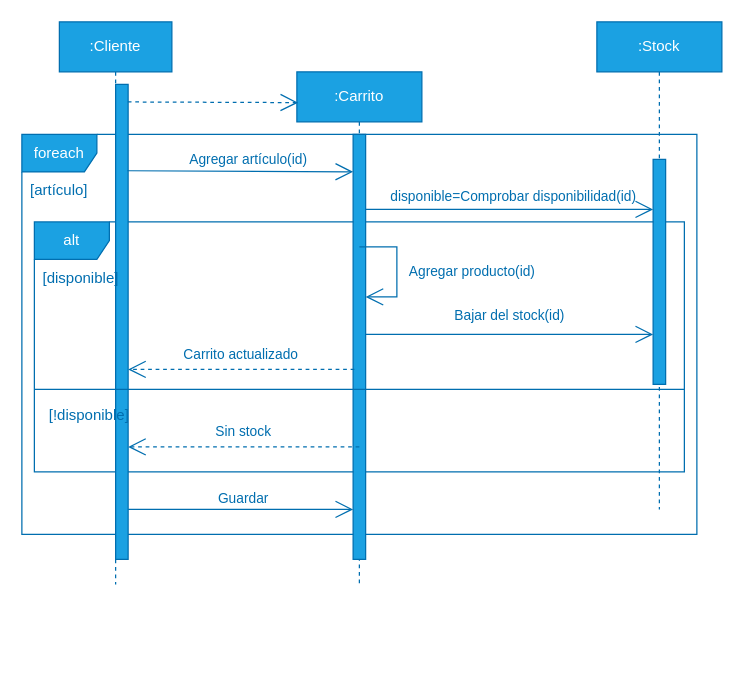
ucudal/ANDIS_Conceptos keeps this draw.io diagram as diagrams/Sequence_Diagram_Loop_Alt.drawio. Above is the earlier version. Source tidied: cells renumbered, new cells numbered last; positions are measured from the earlier drawing's top-left corner, leaving out a move shared by most shapes. Both pictures are drawn from the tidied source at 125%, with x=0, y=0 at pixel (21, 21).
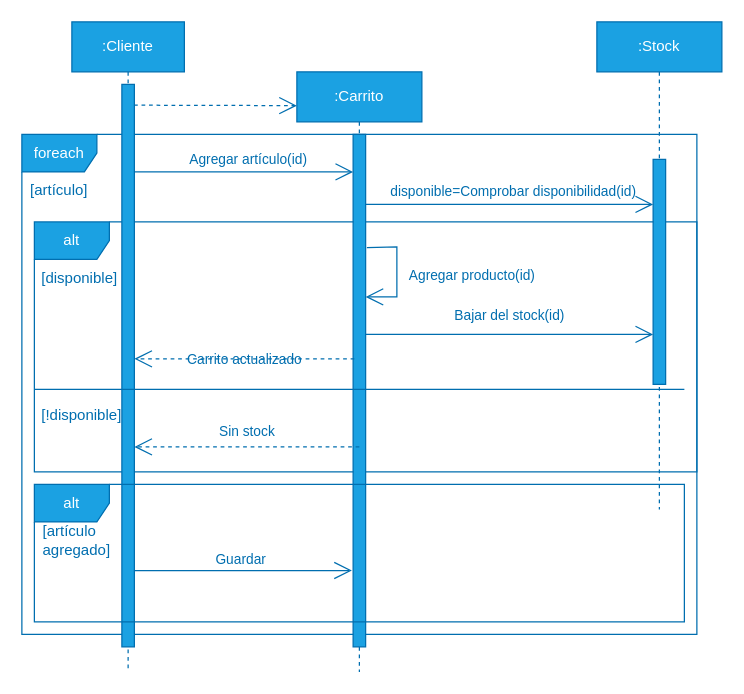
Above is the later version.

Commit message (it also covers changes not shown here):
[FIX] Missed alt in sequence diagram

Unchanged cells that the change refers to:
```xml
<mxCell id="14" style="html=1;points=[];perimeter=orthogonalPerimeter;fillColor=#1ba1e2;fontColor=#ffffff;strokeColor=#006EAF;" parent="13" vertex="1">
  <mxGeometry x="45" y="110" width="10" height="180" as="geometry" />
</mxCell>
```

Diff of the diagram source:
```diff
@@
     <mxCell id="2" value="foreach" style="shape=umlFrame;whiteSpace=wrap;html=1;fillColor=#1ba1e2;fontColor=#ffffff;strokeColor=#006EAF;" parent="1" vertex="1">
-      <mxGeometry y="90" width="540" height="320" as="geometry" />
+      <mxGeometry y="90" width="540" height="400" as="geometry" />
     </mxCell>
     <mxCell id="3" value=":Cliente" style="shape=umlLifeline;perimeter=lifelinePerimeter;whiteSpace=wrap;html=1;fillColor=#1ba1e2;fontColor=#ffffff;strokeColor=#006EAF;" parent="1" vertex="1">
-      <mxGeometry x="30" width="90" height="450" as="geometry" />
+      <mxGeometry x="40" width="90" height="520" as="geometry" />
     </mxCell>
     <mxCell id="4" value="alt" style="shape=umlFrame;whiteSpace=wrap;html=1;fillColor=#1ba1e2;fontColor=#ffffff;strokeColor=#006EAF;" parent="3" vertex="1">
-      <mxGeometry x="-20" y="160" width="520" height="200" as="geometry" />
+      <mxGeometry x="-30" y="160" width="530" height="200" as="geometry" />
     </mxCell>
     <mxCell id="5" style="html=1;points=[];perimeter=orthogonalPerimeter;fillColor=#1ba1e2;fontColor=#ffffff;strokeColor=#006EAF;" parent="3" vertex="1">
-      <mxGeometry x="45" y="50" width="10" height="380" as="geometry" />
+      <mxGeometry x="40" y="50" width="10" height="450" as="geometry" />
     </mxCell>
     <mxCell id="6" value="[disponible]" style="text;html=1;strokeColor=none;fillColor=none;align=left;verticalAlign=middle;whiteSpace=wrap;rounded=0;fontColor=#006EAF;labelBackgroundColor=none;" parent="3" vertex="1">
-      <mxGeometry x="-15" y="190" width="60" height="30" as="geometry" />
+      <mxGeometry x="-26" y="190" width="60" height="30" as="geometry" />
     </mxCell>
     <mxCell id="7" value="[!disponible]" style="text;html=1;strokeColor=none;fillColor=none;align=left;verticalAlign=middle;whiteSpace=wrap;rounded=0;fontColor=#006EAF;labelBackgroundColor=none;" parent="3" vertex="1">
-      <mxGeometry x="-10" y="300" width="50" height="30" as="geometry" />
+      <mxGeometry x="-26" y="300" width="50" height="30" as="geometry" />
     </mxCell>
     <mxCell id="8" value=":Carrito" style="shape=umlLifeline;perimeter=lifelinePerimeter;whiteSpace=wrap;html=1;outlineConnect=0;fillColor=#1ba1e2;fontColor=#ffffff;strokeColor=#006EAF;" parent="1" vertex="1">
-      <mxGeometry x="220" y="40" width="100" height="410" as="geometry" />
+      <mxGeometry x="220" y="40" width="100" height="480" as="geometry" />
     </mxCell>
     <mxCell id="9" style="html=1;points=[];perimeter=orthogonalPerimeter;fillColor=#1ba1e2;fontColor=#ffffff;strokeColor=#006EAF;" parent="8" vertex="1">
-      <mxGeometry x="45" y="50" width="10" height="340" as="geometry" />
+      <mxGeometry x="45" y="50" width="10" height="410" as="geometry" />
     </mxCell>
     <mxCell id="10" value="Agregar artículo(id)" style="endArrow=open;endFill=1;endSize=12;html=1;startArrow=none;fillColor=#1ba1e2;strokeColor=#006EAF;fontColor=#006EAF;labelBackgroundColor=none;" parent="8" edge="1" source="9" target="8">
-      <mxGeometry y="175" relative="1" as="geometry">
-        <mxPoint x="-89" y="-150" as="offset" />
+      <mxGeometry y="206" relative="1" as="geometry">
+        <mxPoint x="-89" y="-185" as="offset" />
       </mxGeometry>
     </mxCell>
-    <mxCell id="11" value="Agregar producto(id)" style="endArrow=open;endFill=1;endSize=12;html=1;rounded=0;fillColor=#1ba1e2;strokeColor=#006EAF;fontColor=#006EAF;labelBackgroundColor=none;" parent="8" edge="1" target="9">
+    <mxCell id="11" value="Agregar producto(id)" style="endArrow=open;endFill=1;endSize=12;html=1;rounded=0;fillColor=#1ba1e2;strokeColor=#006EAF;fontColor=#006EAF;labelBackgroundColor=none;exitX=1.1;exitY=0.221;exitDx=0;exitDy=0;exitPerimeter=0;" parent="8" edge="1" source="9" target="9">
       <mxGeometry x="0.05" y="60" relative="1" as="geometry">
-        <mxPoint x="50" y="140" as="sourcePoint" />
         <Array as="points">
           <mxPoint x="80" y="140" />
           <mxPoint x="80" y="160" />
           <mxPoint x="80" y="180" />
         </Array>
       </mxGeometry>
     </mxCell>
@@
-    <mxCell id="15" style="endArrow=open;endFill=1;endSize=12;html=1;entryX=0.01;entryY=0.06;entryDx=0;entryDy=0;entryPerimeter=0;exitX=0.972;exitY=0.037;exitDx=0;exitDy=0;exitPerimeter=0;fillColor=#1ba1e2;strokeColor=#006EAF;dashed=1;" parent="1" edge="1" source="5" target="8">
-      <mxGeometry relative="1" as="geometry" />
+    <mxCell id="15" style="endArrow=open;endFill=1;endSize=12;html=1;exitX=0.972;exitY=0.037;exitDx=0;exitDy=0;exitPerimeter=0;fillColor=#1ba1e2;strokeColor=#006EAF;dashed=1;" parent="1" edge="1" source="5">
+      <mxGeometry relative="1" as="geometry">
+        <mxPoint x="220" y="67" as="targetPoint" />
+      </mxGeometry>
     </mxCell>
-    <mxCell id="16" value="disponible=Comprobar disponibilidad(id)" style="endArrow=open;endFill=1;endSize=12;html=1;fillColor=#1ba1e2;strokeColor=#006EAF;fontColor=#006EAF;labelBackgroundColor=none;" parent="1" edge="1" source="9" target="14">
+    <mxCell id="16" value="disponible=Comprobar disponibilidad(id)" style="endArrow=open;endFill=1;endSize=12;html=1;fillColor=#1ba1e2;strokeColor=#006EAF;fontColor=#006EAF;labelBackgroundColor=none;" parent="1" edge="1">
       <mxGeometry x="0.03" y="10" relative="1" as="geometry">
+        <mxPoint x="275" y="146" as="sourcePoint" />
+        <mxPoint x="505" y="146" as="targetPoint" />
         <Array as="points">
-          <mxPoint x="300" y="150" />
+          <mxPoint x="300" y="146" />
         </Array>
       </mxGeometry>
     </mxCell>
-    <mxCell id="17" style="endArrow=open;endFill=0;endSize=12;html=1;exitX=0.947;exitY=0.352;exitDx=0;exitDy=0;exitPerimeter=0;startArrow=none;startFill=0;fillColor=#1ba1e2;strokeColor=#006EAF;fontColor=#006EAF;labelBackgroundColor=none;" parent="1" edge="1">
+    <mxCell id="17" style="endArrow=open;endFill=0;endSize=12;html=1;startArrow=none;startFill=0;fillColor=#1ba1e2;strokeColor=#006EAF;fontColor=#006EAF;labelBackgroundColor=none;" parent="1" edge="1">
       <mxGeometry relative="1" as="geometry">
-        <mxPoint x="84.5" y="119.1" as="sourcePoint" />
+        <mxPoint x="90" y="120" as="sourcePoint" />
         <mxPoint x="265" y="120" as="targetPoint" />
       </mxGeometry>
     </mxCell>
-    <mxCell id="18" value="Carrito actualizado" style="endArrow=open;endSize=12;dashed=1;html=1;exitX=0.1;exitY=0.553;exitDx=0;exitDy=0;exitPerimeter=0;fillColor=#1ba1e2;strokeColor=#006EAF;fontColor=#006EAF;labelBackgroundColor=none;" parent="1" edge="1" source="9" target="5">
-      <mxGeometry y="-12" relative="1" as="geometry" />
+    <mxCell id="18" value="Carrito actualizado" style="endArrow=open;endSize=12;dashed=1;html=1;exitX=0.1;exitY=0.438;exitDx=0;exitDy=0;exitPerimeter=0;fillColor=#1ba1e2;strokeColor=#006EAF;fontColor=#006EAF;labelBackgroundColor=none;" parent="1" edge="1" source="9" target="5">
+      <mxGeometry relative="1" as="geometry" />
     </mxCell>
-    <mxCell id="19" value="Guardar" style="endArrow=open;endFill=0;endSize=12;html=1;startArrow=none;startFill=0;fillColor=#1ba1e2;strokeColor=#006EAF;fontColor=#006EAF;labelBackgroundColor=none;" parent="1" edge="1" source="5" target="9">
-      <mxGeometry x="0.02" y="9" relative="1" as="geometry">
-        <Array as="points">
-          <mxPoint x="110" y="390" />
-          <mxPoint x="200" y="390" />
-        </Array>
-      </mxGeometry>
+    <mxCell id="19" value="Guardar" style="endArrow=open;endFill=0;endSize=12;html=1;startArrow=none;startFill=0;fillColor=#1ba1e2;strokeColor=#006EAF;fontColor=#006EAF;labelBackgroundColor=none;entryX=-0.1;entryY=0.851;entryDx=0;entryDy=0;entryPerimeter=0;" parent="1" edge="1" source="5" target="9">
+      <mxGeometry x="-0.02" y="9" relative="1" as="geometry" />
     </mxCell>
@@
+    <mxCell id="23" value="alt" style="shape=umlFrame;whiteSpace=wrap;html=1;fillColor=#1ba1e2;fontColor=#ffffff;strokeColor=#006EAF;" parent="1" vertex="1">
+      <mxGeometry x="10" y="370" width="520" height="110" as="geometry" />
+    </mxCell>
+    <mxCell id="24" value="[artículo agregado]" style="text;html=1;strokeColor=none;fillColor=none;align=left;verticalAlign=middle;whiteSpace=wrap;rounded=0;fontColor=#006EAF;labelBackgroundColor=none;" parent="1" vertex="1">
+      <mxGeometry x="15" y="400" width="60" height="30" as="geometry" />
+    </mxCell>
```
